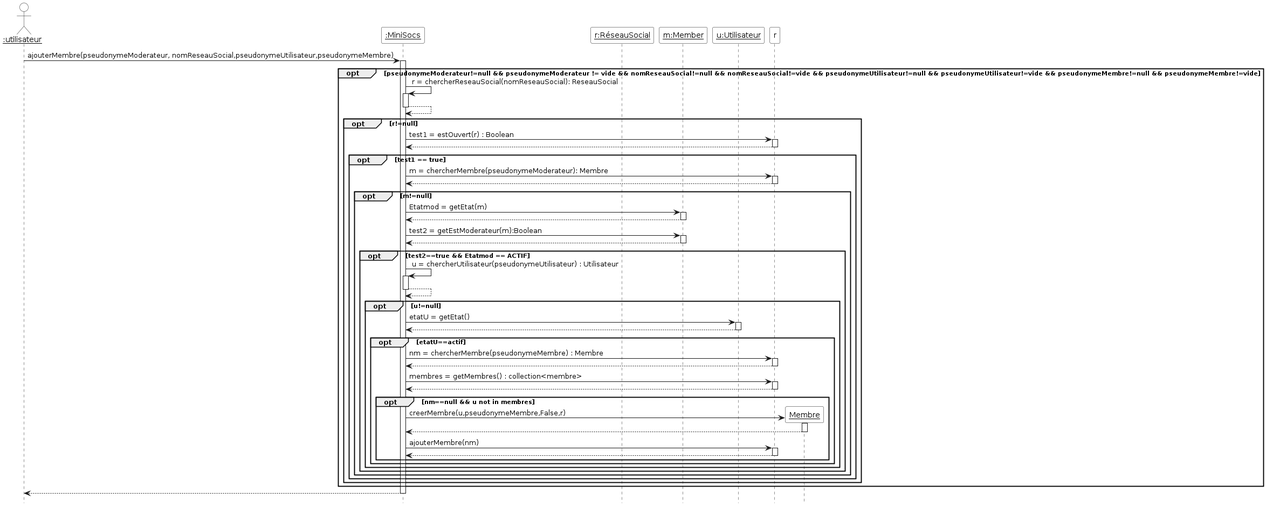
The PlantUML diagram Diagrammes/minisocs_uml_diag_seq_ajouter_membre.png in yesminete/MiniSocs, before a commit.
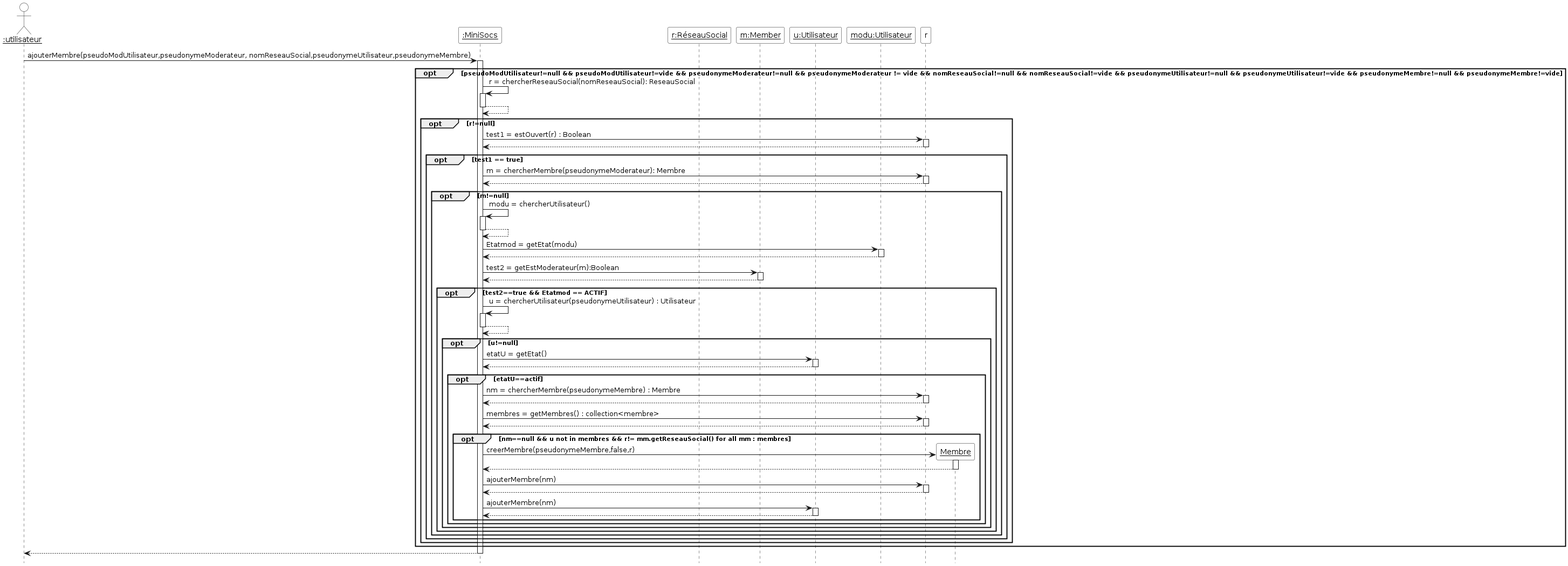
The same file after the commit.

The edit, as a diff of the source:
```diff
@@ -9,8 +9,9 @@
 participant "__r:RéseauSocial__" as RS
 participant "__m:Member__" as mod
 participant "__u:Utilisateur__" as u
-m -> Mini ++: ajouterMembre(pseudonymeModerateur, nomReseauSocial,pseudonymeUtilisateur,pseudonymeMembre)
-opt pseudonymeModerateur!=null && pseudonymeModerateur != vide && nomReseauSocial!=null && nomReseauSocial!=vide && pseudonymeUtilisateur!=null && pseudonymeUtilisateur!=vide && pseudonymeMembre!=null && pseudonymeMembre!=vide
+participant "__modu:Utilisateur__" as modu
+m -> Mini ++: ajouterMembre(pseudoModUtilisateur,pseudonymeModerateur, nomReseauSocial,pseudonymeUtilisateur,pseudonymeMembre)
+opt pseudoModUtilisateur!=null && pseudoModUtilisateur!=vide && pseudonymeModerateur!=null && pseudonymeModerateur != vide && nomReseauSocial!=null && nomReseauSocial!=vide && pseudonymeUtilisateur!=null && pseudonymeUtilisateur!=vide && pseudonymeMembre!=null && pseudonymeMembre!=vide
 Mini -> Mini ++: r = chercherReseauSocial(nomReseauSocial): ReseauSocial
 return
 opt r!=null
@@ -20,7 +21,9 @@
 Mini -> r ++: m = chercherMembre(pseudonymeModerateur): Membre
 return
 opt m!=null
- Mini -> mod ++ : Etatmod = getEtat(m)
+ Mini -> Mini ++ : modu = chercherUtilisateur()
+ return
+  Mini -> modu ++ : Etatmod = getEtat(modu)
  return
  Mini -> mod ++ : test2 = getEstModerateur(m):Boolean
  return
@@ -36,11 +39,13 @@
 return
    Mini -> r ++ : membres = getMembres() : collection<membre>
    return
-opt nm==null && u not in membres
+opt nm==null && u not in membres && r!= mm.getReseauSocial() for all mm : membres
        	   create "__Membre__" as mem
-       	   Mini -> mem ++: creerMembre(u,pseudonymeMembre,False,r)
+       	   Mini -> mem ++: creerMembre(pseudonymeMembre,false,r)
 	   return
 	   Mini -> r ++: ajouterMembre(nm)
+	   return
+	   Mini -> u ++: ajouterMembre(nm)
 	   return
     end
 end
```
